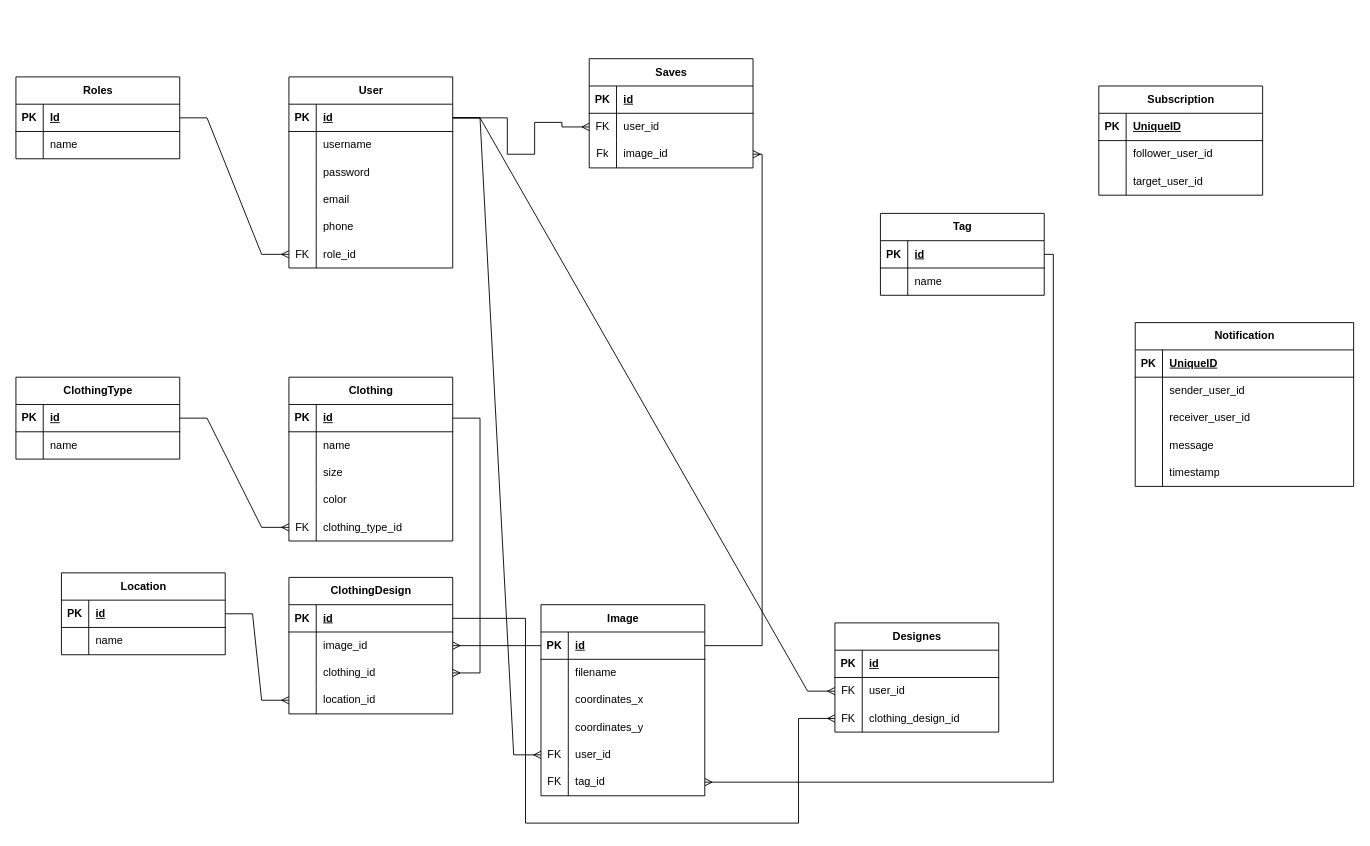
Earlier version of the draw.io diagram Components for the project/NewDB.drawio (KoleaRussu/web2-2023). Source tidied: cells renumbered, new cells numbered last; positions are measured from the earlier drawing's top-left corner, leaving out a move shared by most shapes. Both pictures are drawn from the tidied source at 91%, with x=0, y=0 at pixel (15, 58).
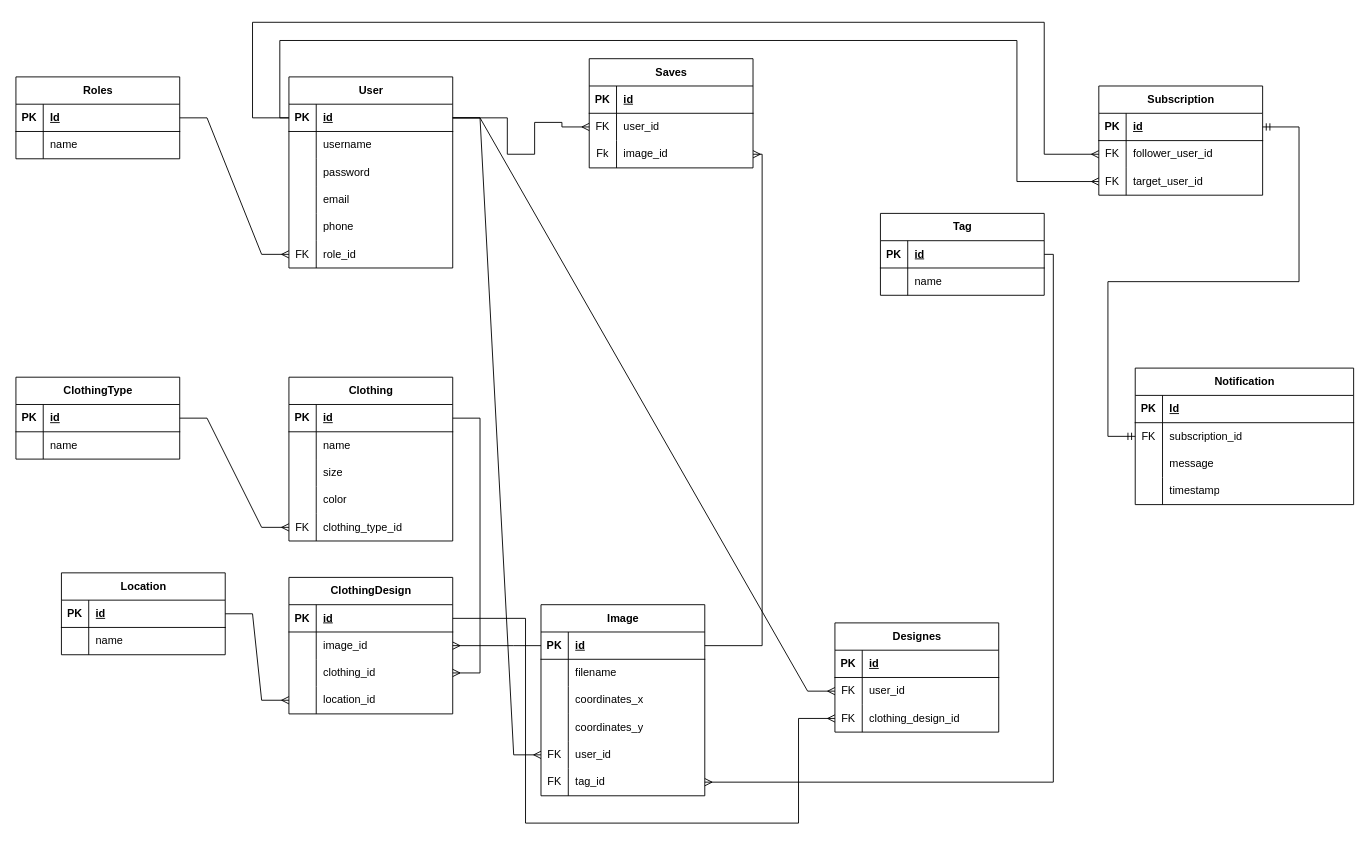
Above is the later version.

The change refers to these unchanged cells:
```xml
<mxCell id="3" style="shape=tableRow;horizontal=0;startSize=0;swimlaneHead=0;swimlaneBody=0;fillColor=none;points=[[0,0.5],[1,0.5]];portConstraint=eastwest;top=0;left=0;right=0;bottom=1;" parent="2" vertex="1">
  <mxGeometry y="30" width="180" height="30" as="geometry" />
</mxCell>
<mxCell id="128" style="shape=tableRow;horizontal=0;startSize=0;swimlaneHead=0;swimlaneBody=0;fillColor=none;points=[[0,0.5],[1,0.5]];portConstraint=eastwest;top=0;left=0;right=0;bottom=1;" parent="127" vertex="1">
  <mxGeometry y="30" width="180" height="30" as="geometry" />
</mxCell>
<mxCell id="131" style="shape=tableRow;horizontal=0;startSize=0;swimlaneHead=0;swimlaneBody=0;fillColor=none;points=[[0,0.5],[1,0.5]];portConstraint=eastwest;top=0;left=0;right=0;bottom=0;" parent="127" vertex="1">
  <mxGeometry y="60" width="180" height="30" as="geometry" />
</mxCell>
<mxCell id="134" style="shape=tableRow;horizontal=0;startSize=0;swimlaneHead=0;swimlaneBody=0;fillColor=none;points=[[0,0.5],[1,0.5]];portConstraint=eastwest;top=0;left=0;right=0;bottom=0;" parent="127" vertex="1">
  <mxGeometry y="90" width="180" height="30" as="geometry" />
</mxCell>
<mxCell id="138" style="shape=tableRow;horizontal=0;startSize=0;swimlaneHead=0;swimlaneBody=0;fillColor=none;top=0;left=0;right=0;bottom=1;" parent="137" vertex="1">
  <mxGeometry y="30" width="240" height="30" as="geometry" />
</mxCell>
<mxCell id="141" style="shape=tableRow;horizontal=0;startSize=0;swimlaneHead=0;swimlaneBody=0;fillColor=none;points=[[0,0.5],[1,0.5]];portConstraint=eastwest;top=0;left=0;right=0;bottom=0;" parent="137" vertex="1">
  <mxGeometry y="60" width="240" height="30" as="geometry" />
</mxCell>
```

Diff of the diagram source:
```diff
@@
-    <mxCell id="130" value="UniqueID" style="shape=partialRectangle;fillColor=none;top=0;left=0;bottom=0;right=0;align=left;spacingLeft=6;fontStyle=5;overflow=hidden;whiteSpace=wrap;html=1;" parent="128" vertex="1">
+    <mxCell id="130" value="id" style="shape=partialRectangle;fillColor=none;top=0;left=0;bottom=0;right=0;align=left;spacingLeft=6;fontStyle=5;overflow=hidden;whiteSpace=wrap;html=1;" parent="128" vertex="1">
       <mxGeometry x="30" width="150" height="30" as="geometry" />
     </mxCell>
@@
-    <mxCell id="132" style="shape=partialRectangle;fillColor=none;top=0;left=0;bottom=0;right=0;overflow=hidden;whiteSpace=wrap;html=1;" parent="131" vertex="1">
+    <mxCell id="132" value="FK" style="shape=partialRectangle;fillColor=none;top=0;left=0;bottom=0;right=0;overflow=hidden;whiteSpace=wrap;html=1;" parent="131" vertex="1">
       <mxGeometry width="30" height="30" as="geometry" />
     </mxCell>
@@
-    <mxCell id="135" style="shape=partialRectangle;fillColor=none;top=0;left=0;bottom=0;right=0;overflow=hidden;whiteSpace=wrap;html=1;" parent="134" vertex="1">
+    <mxCell id="135" value="FK" style="shape=partialRectangle;fillColor=none;top=0;left=0;bottom=0;right=0;overflow=hidden;whiteSpace=wrap;html=1;" parent="134" vertex="1">
       <mxGeometry width="30" height="30" as="geometry" />
     </mxCell>
@@
     <mxCell id="137" value="Notification " style="shape=table;startSize=30;childLayout=tableLayout;rowLines=0;fontStyle=1;align=center;html=1;" parent="1" vertex="1">
-      <mxGeometry x="1230" y="290" width="240" height="180" as="geometry" />
+      <mxGeometry x="1230" y="340" width="240" height="150" as="geometry" />
     </mxCell>
@@
-    <mxCell id="140" value="UniqueID" style="shape=partialRectangle;fillColor=none;top=0;left=0;bottom=0;right=0;align=left;spacingLeft=6;fontStyle=5;overflow=hidden;whiteSpace=wrap;html=1;" parent="138" vertex="1">
+    <mxCell id="140" value="Id" style="shape=partialRectangle;fillColor=none;top=0;left=0;bottom=0;right=0;align=left;spacingLeft=6;fontStyle=5;overflow=hidden;whiteSpace=wrap;html=1;" parent="138" vertex="1">
       <mxGeometry x="30" width="210" height="30" as="geometry" />
     </mxCell>
@@
-    <mxCell id="142" style="shape=partialRectangle;fillColor=none;top=0;left=0;bottom=0;right=0;overflow=hidden;whiteSpace=wrap;html=1;" parent="141" vertex="1">
+    <mxCell id="142" value="FK" style="shape=partialRectangle;fillColor=none;top=0;left=0;bottom=0;right=0;overflow=hidden;whiteSpace=wrap;html=1;" parent="141" vertex="1">
       <mxGeometry width="30" height="30" as="geometry" />
     </mxCell>
-    <mxCell id="143" value="sender_user_id " style="shape=partialRectangle;fillColor=none;top=0;left=0;bottom=0;right=0;align=left;spacingLeft=6;overflow=hidden;whiteSpace=wrap;html=1;" parent="141" vertex="1">
+    <mxCell id="143" value="subscription_id" style="shape=partialRectangle;fillColor=none;top=0;left=0;bottom=0;right=0;align=left;spacingLeft=6;overflow=hidden;whiteSpace=wrap;html=1;" parent="141" vertex="1">
       <mxGeometry x="30" width="210" height="30" as="geometry" />
     </mxCell>
-    <mxCell id="144" style="shape=tableRow;horizontal=0;startSize=0;swimlaneHead=0;swimlaneBody=0;fillColor=none;top=0;left=0;right=0;bottom=0;" parent="137" vertex="1">
-      <mxGeometry y="90" width="240" height="30" as="geometry" />
-    </mxCell>
-    <mxCell id="145" style="shape=partialRectangle;fillColor=none;top=0;left=0;bottom=0;right=0;overflow=hidden;whiteSpace=wrap;html=1;" parent="144" vertex="1">
-      <mxGeometry width="30" height="30" as="geometry" />
-    </mxCell>
-    <mxCell id="146" value="receiver_user_id " style="shape=partialRectangle;fillColor=none;top=0;left=0;bottom=0;right=0;align=left;spacingLeft=6;overflow=hidden;whiteSpace=wrap;html=1;" parent="144" vertex="1">
-      <mxGeometry x="30" width="210" height="30" as="geometry" />
-    </mxCell>
     <mxCell id="147" style="shape=tableRow;horizontal=0;startSize=0;swimlaneHead=0;swimlaneBody=0;fillColor=none;top=0;left=0;right=0;bottom=0;" parent="137" vertex="1">
-      <mxGeometry y="120" width="240" height="30" as="geometry" />
+      <mxGeometry y="90" width="240" height="30" as="geometry" />
     </mxCell>
@@
     <mxCell id="150" style="shape=tableRow;horizontal=0;startSize=0;swimlaneHead=0;swimlaneBody=0;fillColor=none;top=0;left=0;right=0;bottom=0;" parent="137" vertex="1">
-      <mxGeometry y="150" width="240" height="30" as="geometry" />
+      <mxGeometry y="120" width="240" height="30" as="geometry" />
     </mxCell>
@@
+    <mxCell id="154" style="edgeStyle=orthogonalEdgeStyle;fontSize=12;html=1;endArrow=ERmany;rounded=0;entryX=0;entryY=0.5;entryDx=0;entryDy=0;exitX=0;exitY=0.5;exitDx=0;exitDy=0;" parent="1" edge="1" source="3" target="131">
+      <mxGeometry relative="1" as="geometry">
+        <Array as="points">
+          <mxPoint x="260" y="65" />
+          <mxPoint x="260" y="-40" />
+          <mxPoint x="1130" y="-40" />
+          <mxPoint x="1130" y="105" />
+        </Array>
+      </mxGeometry>
+    </mxCell>
+    <mxCell id="155" style="edgeStyle=orthogonalEdgeStyle;fontSize=12;html=1;endArrow=ERmany;rounded=0;entryX=0;entryY=0.5;entryDx=0;entryDy=0;exitX=0;exitY=0.5;exitDx=0;exitDy=0;" parent="1" edge="1" source="3" target="134">
+      <mxGeometry relative="1" as="geometry">
+        <Array as="points">
+          <mxPoint x="290" y="65" />
+          <mxPoint x="290" y="-20" />
+          <mxPoint x="1100" y="-20" />
+          <mxPoint x="1100" y="135" />
+        </Array>
+      </mxGeometry>
+    </mxCell>
+    <mxCell id="156" style="edgeStyle=orthogonalEdgeStyle;fontSize=12;html=1;endArrow=ERmandOne;startArrow=ERmandOne;rounded=0;entryX=1;entryY=0.5;entryDx=0;entryDy=0;exitX=0;exitY=0.5;exitDx=0;exitDy=0;" parent="1" edge="1" source="141" target="128">
+      <mxGeometry relative="1" as="geometry">
+        <Array as="points">
+          <mxPoint x="1200" y="415" />
+          <mxPoint x="1200" y="245" />
+          <mxPoint x="1410" y="245" />
+          <mxPoint x="1410" y="75" />
+        </Array>
+      </mxGeometry>
+    </mxCell>
```
